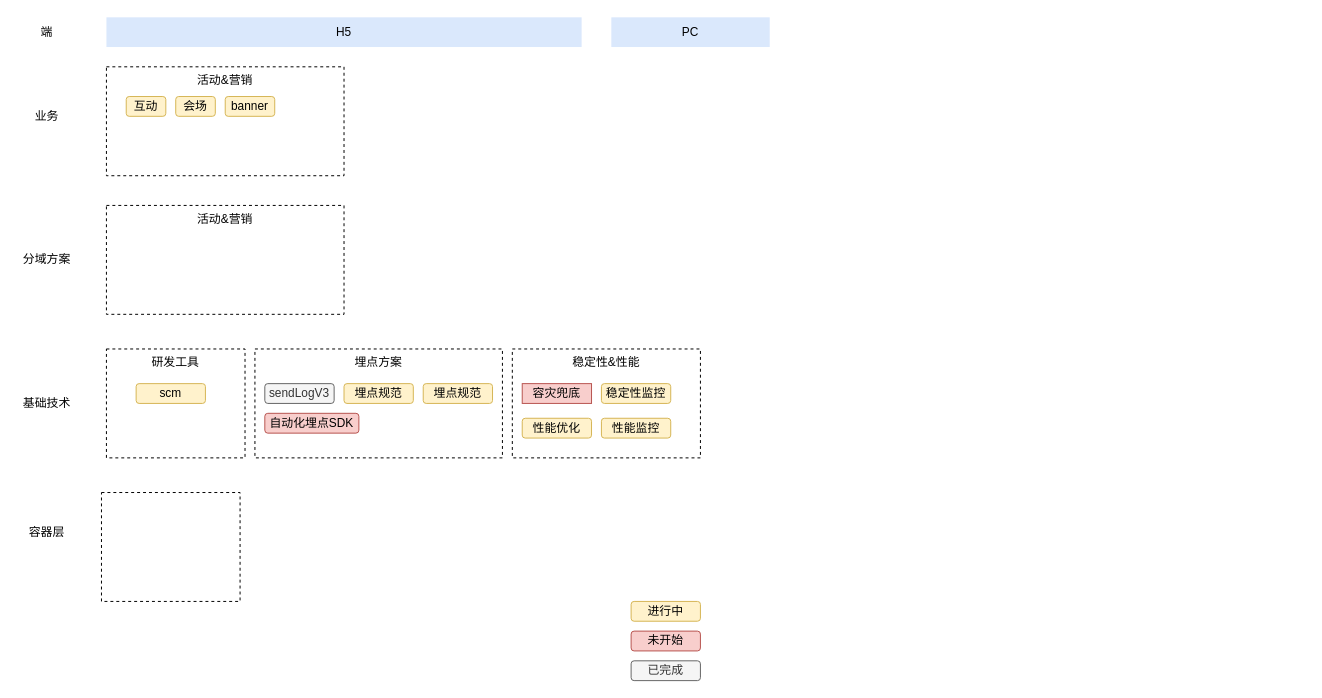
Above: Untitled Diagram.drawio in xiaoxiaociel/demos (draw.io), before the change. Source tidied: cells renumbered, new cells numbered last; positions are measured from the earlier drawing's top-left corner, leaving out a move shared by most shapes. Both pictures are drawn from the tidied source at 99%, with x=0, y=0 at pixel (17, 17).
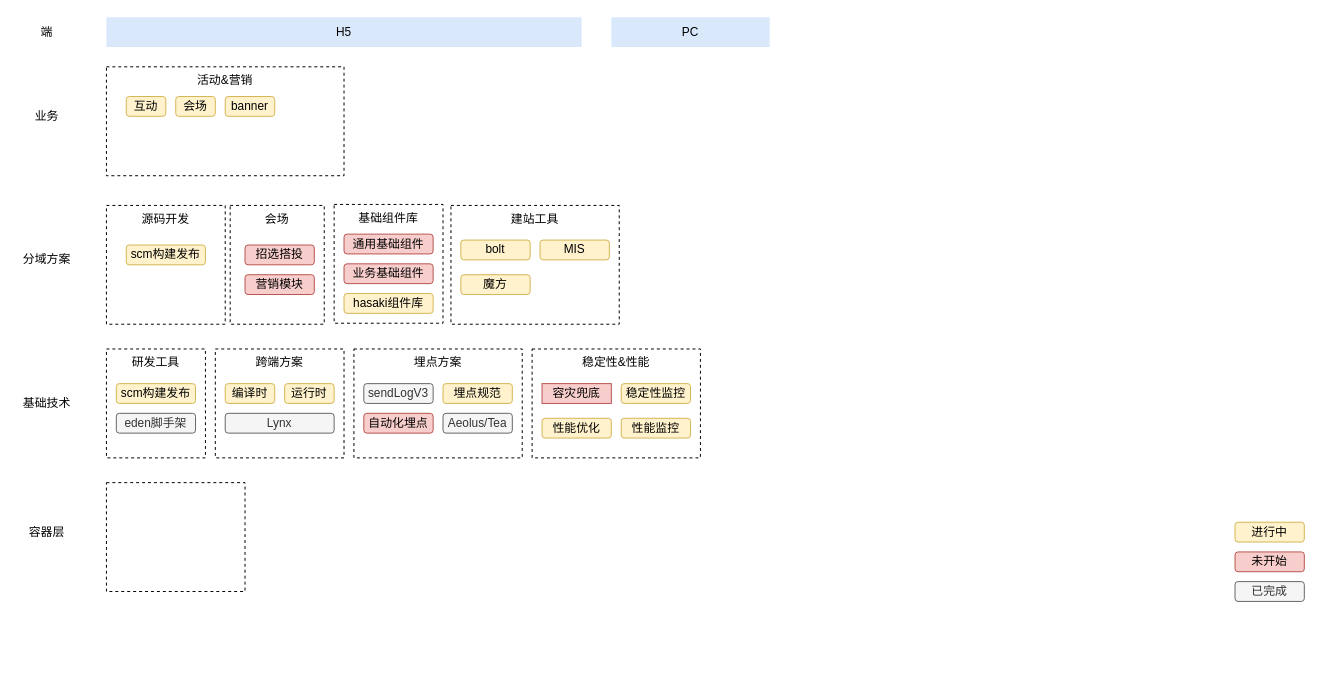
After the change.

Commit message:
活动中台前端基础建设

The edit, as a diff of the source:
```diff
@@
-    <mxCell id="10" value="活动&amp;amp;营销" style="rounded=0;whiteSpace=wrap;html=1;verticalAlign=top;dashed=1;" parent="1" vertex="1">
-      <mxGeometry x="90" y="190" width="240" height="110" as="geometry" />
+    <mxCell id="10" value="源码开发" style="rounded=0;whiteSpace=wrap;html=1;verticalAlign=top;dashed=1;" parent="1" vertex="1">
+      <mxGeometry x="90" y="190" width="120" height="120" as="geometry" />
     </mxCell>
@@
     <mxCell id="14" value="研发工具" style="rounded=0;whiteSpace=wrap;html=1;verticalAlign=top;dashed=1;" parent="1" vertex="1">
-      <mxGeometry x="90" y="335" width="140" height="110" as="geometry" />
+      <mxGeometry x="90" y="335" width="100" height="110" as="geometry" />
     </mxCell>
-    <mxCell id="15" value="埋点方案" style="rounded=0;whiteSpace=wrap;html=1;verticalAlign=top;dashed=1;" parent="1" vertex="1">
-      <mxGeometry x="240" y="335" width="250" height="110" as="geometry" />
-    </mxCell>
-    <mxCell id="16" value="稳定性&amp;amp;性能" style="rounded=0;whiteSpace=wrap;html=1;verticalAlign=top;dashed=1;" parent="1" vertex="1">
-      <mxGeometry x="500" y="335" width="190" height="110" as="geometry" />
-    </mxCell>
     <mxCell id="17" value="进行中" style="rounded=1;whiteSpace=wrap;html=1;fillColor=#fff2cc;strokeColor=#d6b656;" parent="1" vertex="1">
-      <mxGeometry x="620" y="590" width="70" height="20" as="geometry" />
+      <mxGeometry x="1230" y="510" width="70" height="20" as="geometry" />
     </mxCell>
     <mxCell id="18" value="未开始" style="rounded=1;whiteSpace=wrap;html=1;fillColor=#f8cecc;strokeColor=#b85450;" parent="1" vertex="1">
-      <mxGeometry x="620" y="620" width="70" height="20" as="geometry" />
+      <mxGeometry x="1230" y="540" width="70" height="20" as="geometry" />
     </mxCell>
     <mxCell id="19" value="已完成" style="rounded=1;whiteSpace=wrap;html=1;fillColor=#f5f5f5;strokeColor=#666666;fontColor=#333333;" parent="1" vertex="1">
-      <mxGeometry x="620" y="650" width="70" height="20" as="geometry" />
+      <mxGeometry x="1230" y="570" width="70" height="20" as="geometry" />
     </mxCell>
+    <mxCell id="28" value="scm构建发布" style="rounded=1;whiteSpace=wrap;html=1;fillColor=#fff2cc;strokeColor=#d6b656;" parent="1" vertex="1">
+      <mxGeometry x="100" y="370" width="80" height="20" as="geometry" />
+    </mxCell>
+    <mxCell id="29" style="rounded=0;whiteSpace=wrap;html=1;verticalAlign=top;dashed=1;" parent="1" vertex="1">
+      <mxGeometry x="90" y="470" width="140" height="110" as="geometry" />
+    </mxCell>
+    <mxCell id="30" style="group;" parent="1" vertex="1">
+      <mxGeometry x="520" y="335" width="170" height="110" as="geometry" />
+    </mxCell>
+    <mxCell id="16" value="稳定性&amp;amp;性能" style="rounded=0;whiteSpace=wrap;html=1;verticalAlign=top;dashed=1;" parent="30" vertex="1">
+      <mxGeometry width="170" height="110" as="geometry" />
+    </mxCell>
+    <mxCell id="24" value="容灾兜底" style="rounded=0;whiteSpace=wrap;html=1;fillColor=#f8cecc;strokeColor=#b85450;" parent="30" vertex="1">
+      <mxGeometry x="10" y="35" width="70" height="20" as="geometry" />
+    </mxCell>
+    <mxCell id="25" value="稳定性监控" style="rounded=1;whiteSpace=wrap;html=1;fillColor=#fff2cc;strokeColor=#d6b656;" parent="30" vertex="1">
+      <mxGeometry x="90" y="35" width="70" height="20" as="geometry" />
+    </mxCell>
+    <mxCell id="26" value="性能优化" style="rounded=1;whiteSpace=wrap;html=1;fillColor=#fff2cc;strokeColor=#d6b656;" parent="30" vertex="1">
+      <mxGeometry x="10" y="70" width="70" height="20" as="geometry" />
+    </mxCell>
+    <mxCell id="27" value="性能监控" style="rounded=1;whiteSpace=wrap;html=1;fillColor=#fff2cc;strokeColor=#d6b656;" parent="30" vertex="1">
+      <mxGeometry x="90" y="70" width="70" height="20" as="geometry" />
+    </mxCell>
+    <mxCell id="31" style="group;" parent="1" vertex="1">
+      <mxGeometry x="190" y="335" width="170" height="110" as="geometry" />
+    </mxCell>
+    <mxCell id="32" style="group;" parent="31" vertex="1">
+      <mxGeometry x="150" width="170" height="110" as="geometry" />
+    </mxCell>
+    <mxCell id="15" value="埋点方案" style="rounded=0;whiteSpace=wrap;html=1;verticalAlign=top;dashed=1;" parent="32" vertex="1">
+      <mxGeometry width="170" height="110" as="geometry" />
+    </mxCell>
-    <mxCell id="20" value="sendLogV3" style="rounded=1;whiteSpace=wrap;html=1;fillColor=#f5f5f5;strokeColor=#666666;fontColor=#333333;" parent="1" vertex="1">
-      <mxGeometry x="250" y="370" width="70" height="20" as="geometry" />
+    <mxCell id="20" value="sendLogV3" style="rounded=1;whiteSpace=wrap;html=1;fillColor=#f5f5f5;strokeColor=#666666;fontColor=#333333;" parent="32" vertex="1">
+      <mxGeometry x="10" y="35" width="70" height="20" as="geometry" />
     </mxCell>
-    <mxCell id="21" value="自动化埋点SDK" style="rounded=1;whiteSpace=wrap;html=1;fillColor=#f8cecc;strokeColor=#b85450;" parent="1" vertex="1">
-      <mxGeometry x="250" y="400" width="95" height="20" as="geometry" />
+    <mxCell id="21" value="自动化埋点" style="rounded=1;whiteSpace=wrap;html=1;fillColor=#f8cecc;strokeColor=#b85450;" parent="32" vertex="1">
+      <mxGeometry x="10" y="65" width="70" height="20" as="geometry" />
     </mxCell>
-    <mxCell id="22" value="埋点规范" style="rounded=1;whiteSpace=wrap;html=1;fillColor=#fff2cc;strokeColor=#d6b656;" parent="1" vertex="1">
-      <mxGeometry x="330" y="370" width="70" height="20" as="geometry" />
+    <mxCell id="22" value="埋点规范" style="rounded=1;whiteSpace=wrap;html=1;fillColor=#fff2cc;strokeColor=#d6b656;" parent="32" vertex="1">
+      <mxGeometry x="90" y="35" width="70" height="20" as="geometry" />
     </mxCell>
-    <mxCell id="23" value="埋点规范" style="rounded=1;whiteSpace=wrap;html=1;fillColor=#fff2cc;strokeColor=#d6b656;" parent="1" vertex="1">
-      <mxGeometry x="410" y="370" width="70" height="20" as="geometry" />
+    <mxCell id="23" value="&lt;span class=&quot;mm-editor-clipboard&quot;&gt;Aeolus/Tea&lt;/span&gt;" style="rounded=1;whiteSpace=wrap;html=1;fillColor=#f5f5f5;strokeColor=#666666;fontColor=#333333;" parent="32" vertex="1">
+      <mxGeometry x="90" y="65" width="70" height="20" as="geometry" />
     </mxCell>
-    <mxCell id="24" value="容灾兜底" style="rounded=0;whiteSpace=wrap;html=1;fillColor=#f8cecc;strokeColor=#b85450;" parent="1" vertex="1">
-      <mxGeometry x="510" y="370" width="70" height="20" as="geometry" />
-    </mxCell>
-    <mxCell id="25" value="稳定性监控" style="rounded=1;whiteSpace=wrap;html=1;fillColor=#fff2cc;strokeColor=#d6b656;" parent="1" vertex="1">
-      <mxGeometry x="590" y="370" width="70" height="20" as="geometry" />
-    </mxCell>
-    <mxCell id="26" value="性能优化" style="rounded=1;whiteSpace=wrap;html=1;fillColor=#fff2cc;strokeColor=#d6b656;" parent="1" vertex="1">
-      <mxGeometry x="510" y="405" width="70" height="20" as="geometry" />
-    </mxCell>
-    <mxCell id="27" value="性能监控" style="rounded=1;whiteSpace=wrap;html=1;fillColor=#fff2cc;strokeColor=#d6b656;" parent="1" vertex="1">
-      <mxGeometry x="590" y="405" width="70" height="20" as="geometry" />
-    </mxCell>
-    <mxCell id="28" value="scm" style="rounded=1;whiteSpace=wrap;html=1;fillColor=#fff2cc;strokeColor=#d6b656;" parent="1" vertex="1">
-      <mxGeometry x="120" y="370" width="70" height="20" as="geometry" />
-    </mxCell>
-    <mxCell id="29" style="rounded=0;whiteSpace=wrap;html=1;verticalAlign=top;dashed=1;" parent="1" vertex="1">
-      <mxGeometry x="85" y="480" width="140" height="110" as="geometry" />
-    </mxCell>
+    <mxCell id="33" value="跨端方案" style="rounded=0;whiteSpace=wrap;html=1;verticalAlign=top;dashed=1;" parent="31" vertex="1">
+      <mxGeometry x="10" width="130" height="110" as="geometry" />
+    </mxCell>
+    <mxCell id="34" value="编译时" style="rounded=1;whiteSpace=wrap;html=1;fillColor=#fff2cc;strokeColor=#d6b656;" parent="31" vertex="1">
+      <mxGeometry x="20" y="35" width="50" height="20" as="geometry" />
+    </mxCell>
+    <mxCell id="35" value="运行时" style="rounded=1;whiteSpace=wrap;html=1;fillColor=#fff2cc;strokeColor=#d6b656;" parent="31" vertex="1">
+      <mxGeometry x="80" y="35" width="50" height="20" as="geometry" />
+    </mxCell>
+    <mxCell id="36" value="Lynx" style="rounded=1;whiteSpace=wrap;html=1;fillColor=#f5f5f5;strokeColor=#666666;fontColor=#333333;" parent="31" vertex="1">
+      <mxGeometry x="20" y="65" width="110" height="20" as="geometry" />
+    </mxCell>
+    <mxCell id="37" value="eden脚手架" style="rounded=1;whiteSpace=wrap;html=1;fillColor=#f5f5f5;strokeColor=#666666;fontColor=#333333;" parent="1" vertex="1">
+      <mxGeometry x="100" y="400" width="80" height="20" as="geometry" />
+    </mxCell>
+    <mxCell id="38" value="scm构建发布" style="rounded=1;whiteSpace=wrap;html=1;fillColor=#fff2cc;strokeColor=#d6b656;" parent="1" vertex="1">
+      <mxGeometry x="110" y="230" width="80" height="20" as="geometry" />
+    </mxCell>
+    <mxCell id="39" value="会场" style="rounded=0;whiteSpace=wrap;html=1;verticalAlign=top;dashed=1;" parent="1" vertex="1">
+      <mxGeometry x="215" y="190" width="95" height="120" as="geometry" />
+    </mxCell>
+    <mxCell id="40" style="group;" parent="1" vertex="1">
+      <mxGeometry x="320" y="189" width="110" height="120" as="geometry" />
+    </mxCell>
+    <mxCell id="41" value="基础组件库" style="rounded=0;whiteSpace=wrap;html=1;verticalAlign=top;dashed=1;" parent="40" vertex="1">
+      <mxGeometry width="110" height="120" as="geometry" />
+    </mxCell>
+    <mxCell id="42" value="通用基础组件" style="rounded=1;whiteSpace=wrap;html=1;fillColor=#f8cecc;strokeColor=#b85450;" parent="40" vertex="1">
+      <mxGeometry x="10" y="30" width="90" height="20" as="geometry" />
+    </mxCell>
+    <mxCell id="43" value="业务基础组件" style="rounded=1;whiteSpace=wrap;html=1;fillColor=#f8cecc;strokeColor=#b85450;" parent="40" vertex="1">
+      <mxGeometry x="10" y="60" width="90" height="20" as="geometry" />
+    </mxCell>
+    <mxCell id="44" value="hasaki组件库" style="rounded=1;whiteSpace=wrap;html=1;fillColor=#fff2cc;strokeColor=#d6b656;" parent="40" vertex="1">
+      <mxGeometry x="10" y="90" width="90" height="20" as="geometry" />
+    </mxCell>
+    <mxCell id="45" value="招选搭投" style="rounded=1;whiteSpace=wrap;html=1;fillColor=#f8cecc;strokeColor=#b85450;" parent="1" vertex="1">
+      <mxGeometry x="230" y="230" width="70" height="20" as="geometry" />
+    </mxCell>
+    <mxCell id="46" value="营销模块" style="rounded=1;whiteSpace=wrap;html=1;fillColor=#f8cecc;strokeColor=#b85450;" parent="1" vertex="1">
+      <mxGeometry x="230" y="260" width="70" height="20" as="geometry" />
+    </mxCell>
+    <mxCell id="47" value="建站工具" style="rounded=0;whiteSpace=wrap;html=1;verticalAlign=top;dashed=1;" parent="1" vertex="1">
+      <mxGeometry x="438" y="190" width="170" height="120" as="geometry" />
+    </mxCell>
+    <mxCell id="48" style="group;" parent="1" vertex="1">
+      <mxGeometry x="448" y="225" width="150" height="55" as="geometry" />
+    </mxCell>
+    <mxCell id="49" value="bolt" style="rounded=1;whiteSpace=wrap;html=1;fillColor=#fff2cc;strokeColor=#d6b656;" parent="48" vertex="1">
+      <mxGeometry width="70" height="20" as="geometry" />
+    </mxCell>
+    <mxCell id="50" value="魔方" style="rounded=1;whiteSpace=wrap;html=1;fillColor=#fff2cc;strokeColor=#d6b656;" parent="48" vertex="1">
+      <mxGeometry y="35" width="70" height="20" as="geometry" />
+    </mxCell>
+    <mxCell id="51" value="MIS" style="rounded=1;whiteSpace=wrap;html=1;fillColor=#fff2cc;strokeColor=#d6b656;" parent="48" vertex="1">
+      <mxGeometry x="80" width="70" height="20" as="geometry" />
+    </mxCell>
```
